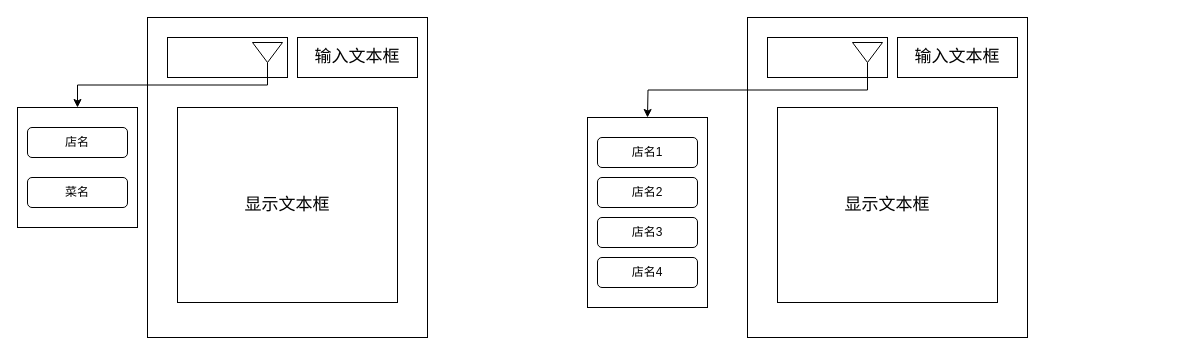
minhuomin/minhuomin.github keeps this draw.io diagram as 小学期.drawio. Above is the earlier version. Source tidied: cells renumbered, new cells numbered last; positions are measured from the earlier drawing's top-left corner, leaving out a move shared by most shapes. Both pictures are drawn from the tidied source at 100%, with x=0, y=0 at pixel (17, 17).
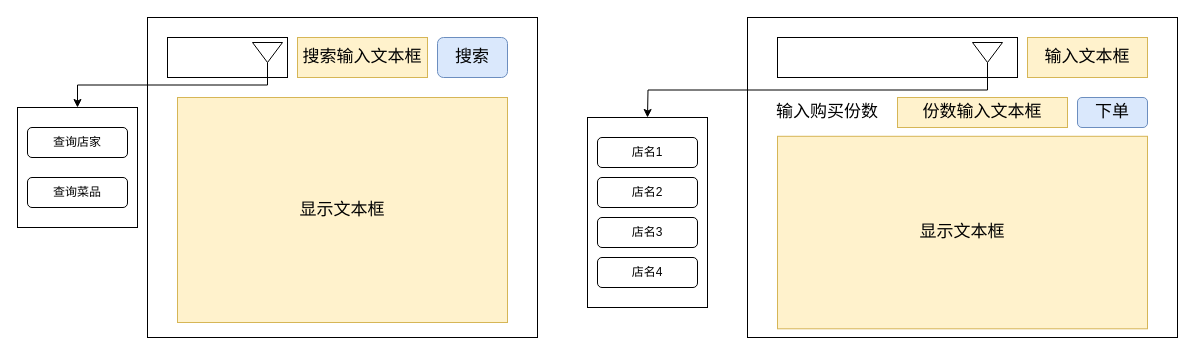
After the change.

Commit message:
更新小学期.drawio

What changed in the source:
```diff
@@
     <mxCell id="2" style="rounded=0;whiteSpace=wrap;html=1;" parent="1" vertex="1">
-      <mxGeometry x="130" width="280" height="320" as="geometry" />
+      <mxGeometry x="130" width="390" height="320" as="geometry" />
     </mxCell>
@@
-    <mxCell id="7" value="店名" style="rounded=1;whiteSpace=wrap;html=1;" parent="1" vertex="1">
+    <mxCell id="7" value="查询店家" style="rounded=1;whiteSpace=wrap;html=1;" parent="1" vertex="1">
       <mxGeometry x="10" y="110" width="100" height="30" as="geometry" />
     </mxCell>
-    <mxCell id="8" value="菜名" style="rounded=1;whiteSpace=wrap;html=1;" parent="1" vertex="1">
+    <mxCell id="8" value="查询菜品" style="rounded=1;whiteSpace=wrap;html=1;" parent="1" vertex="1">
       <mxGeometry x="10" y="160" width="100" height="30" as="geometry" />
     </mxCell>
-    <mxCell id="9" value="&lt;font style=&quot;vertical-align: inherit; font-size: 17px;&quot;&gt;输入文本框&lt;/font&gt;" style="rounded=0;whiteSpace=wrap;html=1;" parent="1" vertex="1">
-      <mxGeometry x="280" y="20" width="120" height="40" as="geometry" />
+    <mxCell id="9" value="&lt;font style=&quot;vertical-align: inherit; font-size: 17px;&quot;&gt;搜索输入文本框&lt;/font&gt;" style="rounded=0;whiteSpace=wrap;html=1;fillColor=#fff2cc;strokeColor=#d6b656;" parent="1" vertex="1">
+      <mxGeometry x="280" y="20" width="130" height="40" as="geometry" />
     </mxCell>
-    <mxCell id="10" value="显示文本框" style="rounded=0;whiteSpace=wrap;html=1;fontSize=17;" parent="1" vertex="1">
-      <mxGeometry x="160" y="90" width="220" height="195" as="geometry" />
+    <mxCell id="10" value="显示文本框" style="rounded=0;whiteSpace=wrap;html=1;fontSize=17;fillColor=#fff2cc;strokeColor=#d6b656;" parent="1" vertex="1">
+      <mxGeometry x="160" y="80" width="330" height="225" as="geometry" />
     </mxCell>
     <mxCell id="11" style="rounded=0;whiteSpace=wrap;html=1;" parent="1" vertex="1">
-      <mxGeometry x="730" width="280" height="320" as="geometry" />
+      <mxGeometry x="730" width="430" height="320" as="geometry" />
     </mxCell>
     <mxCell id="12" style="rounded=0;whiteSpace=wrap;html=1;" parent="1" vertex="1">
-      <mxGeometry x="750" y="20" width="120" height="40" as="geometry" />
+      <mxGeometry x="760" y="20" width="240" height="40" as="geometry" />
     </mxCell>
@@
     <mxCell id="14" style="triangle;whiteSpace=wrap;html=1;rotation=90;" parent="1" vertex="1">
-      <mxGeometry x="840" y="20" width="20" height="30" as="geometry" />
+      <mxGeometry x="960" y="20" width="20" height="30" as="geometry" />
     </mxCell>
-    <mxCell id="15" value="&lt;font style=&quot;vertical-align: inherit; font-size: 17px;&quot;&gt;输入文本框&lt;/font&gt;" style="rounded=0;whiteSpace=wrap;html=1;" parent="1" vertex="1">
-      <mxGeometry x="880" y="20" width="120" height="40" as="geometry" />
+    <mxCell id="15" value="&lt;font style=&quot;vertical-align: inherit; font-size: 17px;&quot;&gt;输入文本框&lt;/font&gt;" style="rounded=0;whiteSpace=wrap;html=1;fillColor=#fff2cc;strokeColor=#d6b656;" parent="1" vertex="1">
+      <mxGeometry x="1010" y="20" width="120" height="40" as="geometry" />
     </mxCell>
-    <mxCell id="16" value="显示文本框" style="rounded=0;whiteSpace=wrap;html=1;fontSize=17;" parent="1" vertex="1">
-      <mxGeometry x="760" y="90" width="220" height="195" as="geometry" />
+    <mxCell id="16" value="显示文本框" style="rounded=0;whiteSpace=wrap;html=1;fontSize=17;fillColor=#fff2cc;strokeColor=#d6b656;" parent="1" vertex="1">
+      <mxGeometry x="760" y="118.8" width="370" height="192.5" as="geometry" />
     </mxCell>
@@
+    <mxCell id="22" value="&lt;font style=&quot;font-size: 17px;&quot;&gt;输入购买份数&lt;/font&gt;" style="text;html=1;strokeColor=none;fillColor=none;align=center;verticalAlign=middle;whiteSpace=wrap;rounded=0;" parent="1" vertex="1">
+      <mxGeometry x="750" y="80" width="120" height="30" as="geometry" />
+    </mxCell>
+    <mxCell id="23" value="份数输入文本框" style="rounded=0;whiteSpace=wrap;html=1;fontSize=17;fillColor=#fff2cc;strokeColor=#d6b656;" parent="1" vertex="1">
+      <mxGeometry x="880" y="80" width="170" height="30" as="geometry" />
+    </mxCell>
+    <mxCell id="24" value="下单" style="rounded=1;whiteSpace=wrap;html=1;fontSize=17;fillColor=#dae8fc;strokeColor=#6c8ebf;" parent="1" vertex="1">
+      <mxGeometry x="1060" y="80" width="70" height="30" as="geometry" />
+    </mxCell>
+    <mxCell id="25" value="搜索" style="rounded=1;whiteSpace=wrap;html=1;fontSize=17;fillColor=#dae8fc;strokeColor=#6c8ebf;" parent="1" vertex="1">
+      <mxGeometry x="420" y="20" width="70" height="40" as="geometry" />
+    </mxCell>
```
